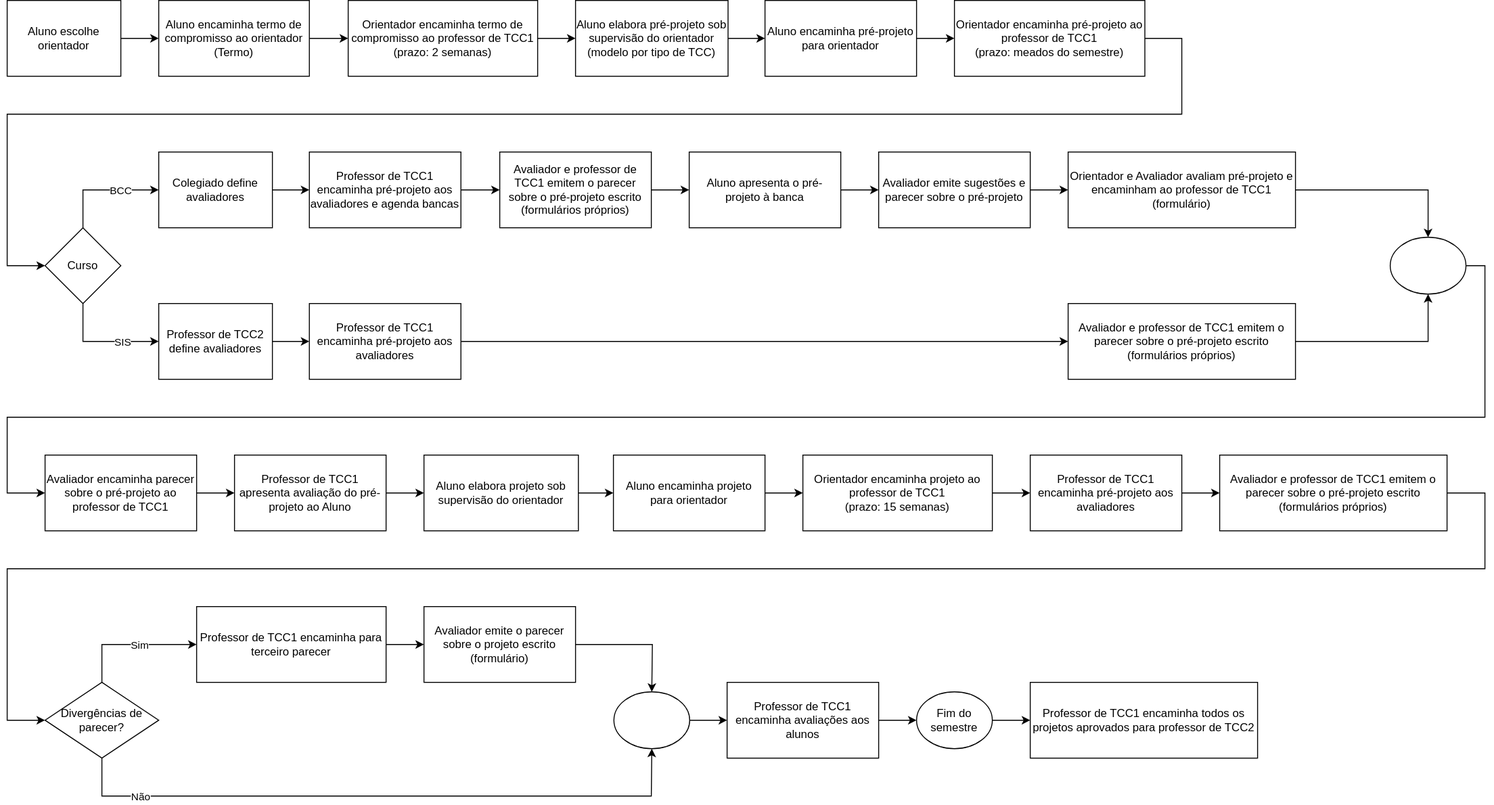
Before: fluxograma.drawio.svg, a diagram exported from draw.io (dalton-reis/disciplina_TCC1_Privado). Source tidied: cells renumbered, new cells last; positions are measured from the earlier drawing's top-left corner, leaving out a move shared by most shapes.
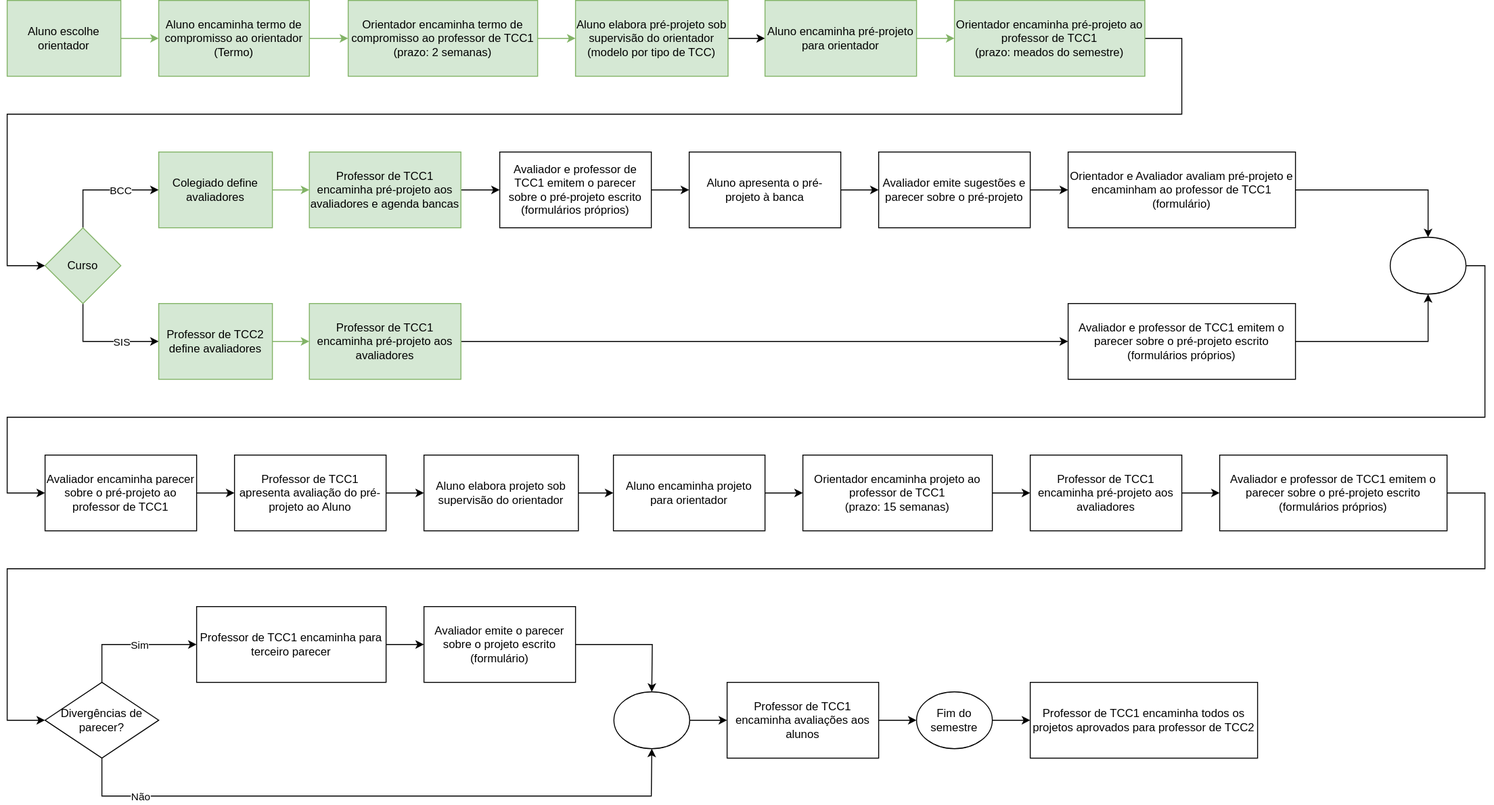
The same file after the commit.

What changed in the source:
```diff
@@ -2,34 +2,34 @@
   <root>
     <mxCell id="0" />
     <mxCell id="1" parent="0" />
-    <mxCell id="2" style="edgeStyle=orthogonalEdgeStyle;rounded=0;jettySize=auto;html=1;" parent="1" edge="1" source="3" target="5">
+    <mxCell id="2" style="edgeStyle=orthogonalEdgeStyle;rounded=0;jettySize=auto;html=1;fillColor=#d5e8d4;strokeColor=#82b366;" parent="1" edge="1" source="3" target="5">
       <mxGeometry relative="1" as="geometry" />
     </mxCell>
-    <mxCell id="3" value="Aluno escolhe orientador" style="whiteSpace=wrap;html=1;" parent="1" vertex="1">
+    <mxCell id="3" value="Aluno escolhe orientador" style="whiteSpace=wrap;html=1;fillColor=#d5e8d4;strokeColor=#82b366;" parent="1" vertex="1">
       <mxGeometry width="120" height="80" as="geometry" />
     </mxCell>
-    <mxCell id="4" style="edgeStyle=orthogonalEdgeStyle;rounded=0;jettySize=auto;html=1;" parent="1" edge="1" source="5" target="7">
+    <mxCell id="4" style="edgeStyle=orthogonalEdgeStyle;rounded=0;jettySize=auto;html=1;fillColor=#d5e8d4;strokeColor=#82b366;" parent="1" edge="1" source="5" target="7">
       <mxGeometry relative="1" as="geometry" />
     </mxCell>
-    <mxCell id="5" value="Aluno encaminha termo de compromisso ao orientador&lt;br&gt;(Termo)" style="whiteSpace=wrap;html=1;" parent="1" vertex="1">
+    <mxCell id="5" value="Aluno encaminha termo de compromisso ao orientador&lt;br&gt;(Termo)" style="whiteSpace=wrap;html=1;fillColor=#d5e8d4;strokeColor=#82b366;" parent="1" vertex="1">
       <mxGeometry x="160" width="159" height="80" as="geometry" />
     </mxCell>
-    <mxCell id="6" style="edgeStyle=orthogonalEdgeStyle;rounded=0;jettySize=auto;html=1;" parent="1" edge="1" source="7" target="9">
+    <mxCell id="6" style="edgeStyle=orthogonalEdgeStyle;rounded=0;jettySize=auto;html=1;fillColor=#d5e8d4;strokeColor=#82b366;" parent="1" edge="1" source="7" target="9">
       <mxGeometry relative="1" as="geometry" />
     </mxCell>
-    <mxCell id="7" value="Orientador encaminha termo de compromisso ao professor de TCC1&lt;br&gt;(prazo: 2 semanas)" style="whiteSpace=wrap;html=1;" parent="1" vertex="1">
+    <mxCell id="7" value="Orientador encaminha termo de compromisso ao professor de TCC1&lt;br&gt;(prazo: 2 semanas)" style="whiteSpace=wrap;html=1;fillColor=#d5e8d4;strokeColor=#82b366;" parent="1" vertex="1">
       <mxGeometry x="360" width="200" height="80" as="geometry" />
     </mxCell>
     <mxCell id="8" style="edgeStyle=orthogonalEdgeStyle;rounded=0;jettySize=auto;html=1;" parent="1" edge="1" source="9" target="11">
       <mxGeometry relative="1" as="geometry" />
     </mxCell>
-    <mxCell id="9" value="Aluno elabora pré-projeto sob supervisão do orientador&lt;br&gt;(modelo por tipo de TCC)" style="whiteSpace=wrap;html=1;" parent="1" vertex="1">
+    <mxCell id="9" value="Aluno elabora pré-projeto sob supervisão do orientador&lt;br&gt;(modelo por tipo de TCC)" style="whiteSpace=wrap;html=1;fillColor=#d5e8d4;strokeColor=#82b366;" parent="1" vertex="1">
       <mxGeometry x="600" width="161" height="80" as="geometry" />
     </mxCell>
-    <mxCell id="10" style="edgeStyle=orthogonalEdgeStyle;rounded=0;jettySize=auto;html=1;" parent="1" edge="1" source="11" target="13">
+    <mxCell id="10" style="edgeStyle=orthogonalEdgeStyle;rounded=0;jettySize=auto;html=1;fillColor=#d5e8d4;strokeColor=#82b366;" parent="1" edge="1" source="11" target="13">
       <mxGeometry relative="1" as="geometry" />
     </mxCell>
-    <mxCell id="11" value="Aluno encaminha pré-projeto para orientador" style="whiteSpace=wrap;html=1;" parent="1" vertex="1">
+    <mxCell id="11" value="Aluno encaminha pré-projeto para orientador" style="whiteSpace=wrap;html=1;fillColor=#d5e8d4;strokeColor=#82b366;" parent="1" vertex="1">
       <mxGeometry x="800" width="160" height="80" as="geometry" />
     </mxCell>
     <mxCell id="12" style="edgeStyle=orthogonalEdgeStyle;rounded=0;jettySize=auto;html=1;" parent="1" edge="1" source="13" target="18">
@@ -42,7 +42,7 @@
         </Array>
       </mxGeometry>
     </mxCell>
-    <mxCell id="13" value="Orientador encaminha pré-projeto ao professor de TCC1&lt;br&gt;(prazo: meados do semestre)" style="whiteSpace=wrap;html=1;" parent="1" vertex="1">
+    <mxCell id="13" value="Orientador encaminha pré-projeto ao professor de TCC1&lt;br&gt;(prazo: meados do semestre)" style="whiteSpace=wrap;html=1;fillColor=#d5e8d4;strokeColor=#82b366;" parent="1" vertex="1">
       <mxGeometry x="1000" width="201" height="80" as="geometry" />
     </mxCell>
     <mxCell id="14" style="edgeStyle=orthogonalEdgeStyle;rounded=0;jettySize=auto;html=1;entryX=0;entryY=0.5;entryDx=0;entryDy=0;exitX=0.5;exitY=0;exitDx=0;exitDy=0;" parent="1" edge="1" source="18" target="20">
@@ -69,19 +69,19 @@
         <mxPoint x="32" y="1" as="offset" />
       </mxGeometry>
     </mxCell>
-    <mxCell id="18" value="Curso" style="rhombus;whiteSpace=wrap;html=1;" parent="1" vertex="1">
+    <mxCell id="18" value="Curso" style="rhombus;whiteSpace=wrap;html=1;fillColor=#d5e8d4;strokeColor=#82b366;" parent="1" vertex="1">
       <mxGeometry x="40" y="240" width="80" height="80" as="geometry" />
     </mxCell>
-    <mxCell id="19" style="edgeStyle=orthogonalEdgeStyle;rounded=0;jettySize=auto;html=1;" parent="1" edge="1" source="20" target="25">
+    <mxCell id="19" style="edgeStyle=orthogonalEdgeStyle;rounded=0;jettySize=auto;html=1;fillColor=#d5e8d4;strokeColor=#82b366;" parent="1" edge="1" source="20" target="25">
       <mxGeometry relative="1" as="geometry" />
     </mxCell>
-    <mxCell id="20" value="Colegiado define avaliadores" style="whiteSpace=wrap;html=1;" parent="1" vertex="1">
+    <mxCell id="20" value="Colegiado define avaliadores" style="whiteSpace=wrap;html=1;fillColor=#d5e8d4;strokeColor=#82b366;" parent="1" vertex="1">
       <mxGeometry x="160" y="160" width="120" height="80" as="geometry" />
     </mxCell>
-    <mxCell id="21" style="edgeStyle=orthogonalEdgeStyle;rounded=0;jettySize=auto;html=1;" parent="1" edge="1" source="22" target="35">
+    <mxCell id="21" style="edgeStyle=orthogonalEdgeStyle;rounded=0;jettySize=auto;html=1;fillColor=#d5e8d4;strokeColor=#82b366;" parent="1" edge="1" source="22" target="35">
       <mxGeometry relative="1" as="geometry" />
     </mxCell>
-    <mxCell id="22" value="Professor de TCC2 define avaliadores" style="whiteSpace=wrap;html=1;" parent="1" vertex="1">
+    <mxCell id="22" value="Professor de TCC2 define avaliadores" style="whiteSpace=wrap;html=1;fillColor=#d5e8d4;strokeColor=#82b366;" parent="1" vertex="1">
       <mxGeometry x="160" y="320" width="120" height="80" as="geometry" />
     </mxCell>
     <mxCell id="23" style="edgeStyle=orthogonalEdgeStyle;rounded=0;jettySize=auto;html=1;exitX=1;exitY=0.5;exitDx=0;exitDy=0;" parent="1" edge="1" source="40" target="27">
@@ -90,7 +90,7 @@
     <mxCell id="24" style="edgeStyle=orthogonalEdgeStyle;rounded=0;jettySize=auto;html=1;" parent="1" edge="1" source="25" target="40">
       <mxGeometry relative="1" as="geometry" />
     </mxCell>
-    <mxCell id="25" value="Professor de TCC1 encaminha pré-projeto aos avaliadores e agenda bancas" style="whiteSpace=wrap;html=1;" parent="1" vertex="1">
+    <mxCell id="25" value="Professor de TCC1 encaminha pré-projeto aos avaliadores e agenda bancas" style="whiteSpace=wrap;html=1;fillColor=#d5e8d4;strokeColor=#82b366;" parent="1" vertex="1">
       <mxGeometry x="319" y="160" width="160" height="80" as="geometry" />
     </mxCell>
     <mxCell id="26" style="edgeStyle=orthogonalEdgeStyle;rounded=0;jettySize=auto;html=1;" parent="1" edge="1" source="27" target="29">
@@ -127,7 +127,7 @@
     <mxCell id="34" style="edgeStyle=orthogonalEdgeStyle;rounded=0;jettySize=auto;html=1;" parent="1" edge="1" source="35" target="37">
       <mxGeometry relative="1" as="geometry" />
     </mxCell>
-    <mxCell id="35" value="Professor de TCC1 encaminha pré-projeto aos avaliadores" style="whiteSpace=wrap;html=1;" parent="1" vertex="1">
+    <mxCell id="35" value="Professor de TCC1 encaminha pré-projeto aos avaliadores" style="whiteSpace=wrap;html=1;fillColor=#d5e8d4;strokeColor=#82b366;" parent="1" vertex="1">
       <mxGeometry x="319" y="320" width="160" height="80" as="geometry" />
     </mxCell>
     <mxCell id="36" style="edgeStyle=orthogonalEdgeStyle;rounded=0;jettySize=auto;html=1;exitX=1;exitY=0.5;exitDx=0;exitDy=0;entryX=0.5;entryY=1;entryDx=0;entryDy=0;" parent="1" edge="1" source="37" target="33">
```
